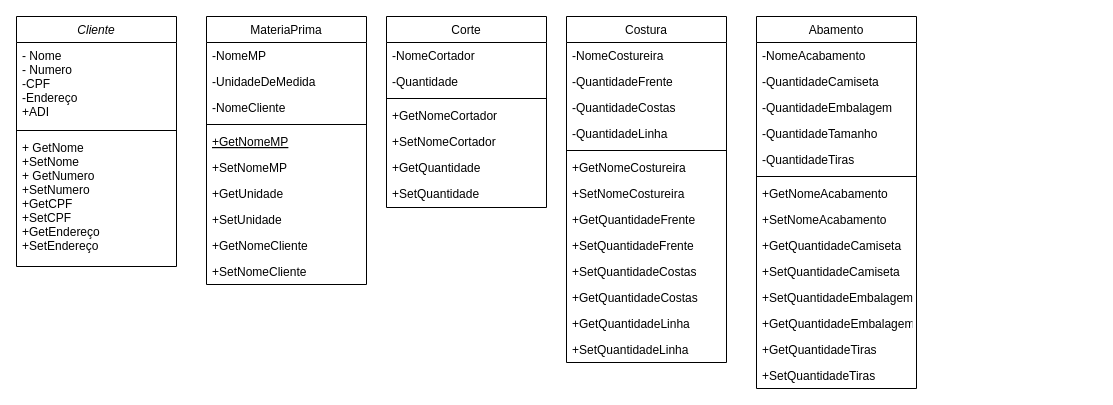
mahfersesi/Trollss keeps this draw.io diagram as diagrama/classes.drawio. Above is the earlier version. Source tidied: cells renumbered, new cells numbered last; positions are measured from the earlier drawing's top-left corner, leaving out a move shared by most shapes. Both pictures are drawn from the tidied source at 100%, with x=0, y=0 at pixel (16, 16).
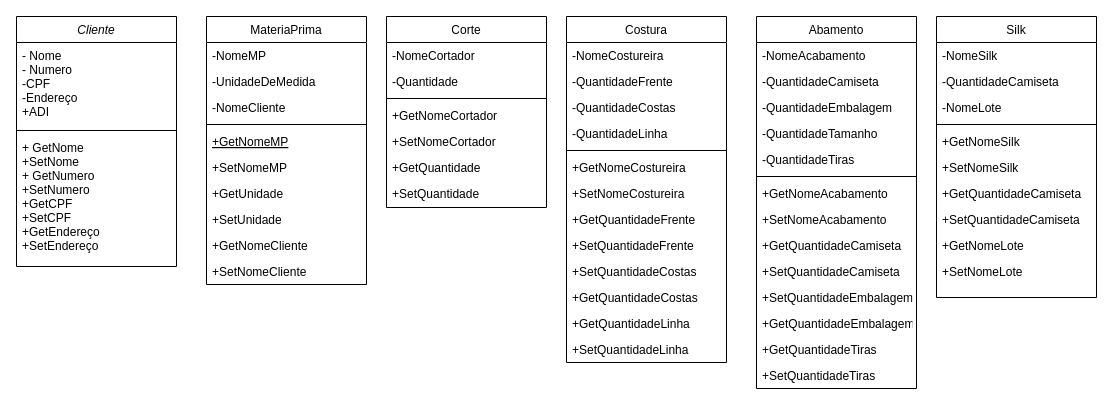
Above is the later version.

The edit, as a diff of the source:
```diff
@@
+    <mxCell id="54" value="Silk" style="swimlane;fontStyle=0;align=center;verticalAlign=top;horizontal=1;startSize=26;rounded=0;shadow=0;strokeWidth=1;" parent="1" vertex="1">
+      <mxGeometry x="920" width="160" height="281" as="geometry" />
+    </mxCell>
+    <mxCell id="55" value="-NomeSilk" style="text;align=left;verticalAlign=top;spacingLeft=4;spacingRight=4;overflow=hidden;" parent="54" vertex="1">
+      <mxGeometry y="26" width="160" height="26" as="geometry" />
+    </mxCell>
+    <mxCell id="56" value="-QuantidadeCamiseta" style="text;align=left;verticalAlign=top;spacingLeft=4;spacingRight=4;overflow=hidden;rounded=0;shadow=0;html=0;" parent="54" vertex="1">
+      <mxGeometry y="52" width="160" height="26" as="geometry" />
+    </mxCell>
+    <mxCell id="57" value="-NomeLote" style="text;align=left;verticalAlign=top;spacingLeft=4;spacingRight=4;overflow=hidden;rounded=0;shadow=0;html=0;" parent="54" vertex="1">
+      <mxGeometry y="78" width="160" height="26" as="geometry" />
+    </mxCell>
+    <mxCell id="58" style="line;html=1;strokeWidth=1;align=left;verticalAlign=middle;spacingTop=-1;spacingLeft=3;spacingRight=3;labelPosition=right;" parent="54" vertex="1">
+      <mxGeometry y="104" width="160" height="8" as="geometry" />
+    </mxCell>
+    <mxCell id="59" value="+GetNomeSilk" style="text;align=left;verticalAlign=top;spacingLeft=4;spacingRight=4;overflow=hidden;" parent="54" vertex="1">
+      <mxGeometry y="112" width="160" height="26" as="geometry" />
+    </mxCell>
+    <mxCell id="60" value="+SetNomeSilk" style="text;align=left;verticalAlign=top;spacingLeft=4;spacingRight=4;overflow=hidden;" parent="54" vertex="1">
+      <mxGeometry y="138" width="160" height="26" as="geometry" />
+    </mxCell>
+    <mxCell id="61" value="+GetQuantidadeCamiseta" style="text;align=left;verticalAlign=top;spacingLeft=4;spacingRight=4;overflow=hidden;rounded=0;shadow=0;html=0;" parent="54" vertex="1">
+      <mxGeometry y="164" width="160" height="26" as="geometry" />
+    </mxCell>
+    <mxCell id="62" value="+SetQuantidadeCamiseta" style="text;align=left;verticalAlign=top;spacingLeft=4;spacingRight=4;overflow=hidden;rounded=0;shadow=0;html=0;" parent="54" vertex="1">
+      <mxGeometry y="190" width="160" height="26" as="geometry" />
+    </mxCell>
+    <mxCell id="63" value="+GetNomeLote" style="text;align=left;verticalAlign=top;spacingLeft=4;spacingRight=4;overflow=hidden;rounded=0;shadow=0;html=0;" parent="54" vertex="1">
+      <mxGeometry y="216" width="160" height="26" as="geometry" />
+    </mxCell>
+    <mxCell id="64" value="+SetNomeLote" style="text;align=left;verticalAlign=top;spacingLeft=4;spacingRight=4;overflow=hidden;rounded=0;shadow=0;html=0;" parent="54" vertex="1">
+      <mxGeometry y="242" width="160" height="26" as="geometry" />
+    </mxCell>
```
